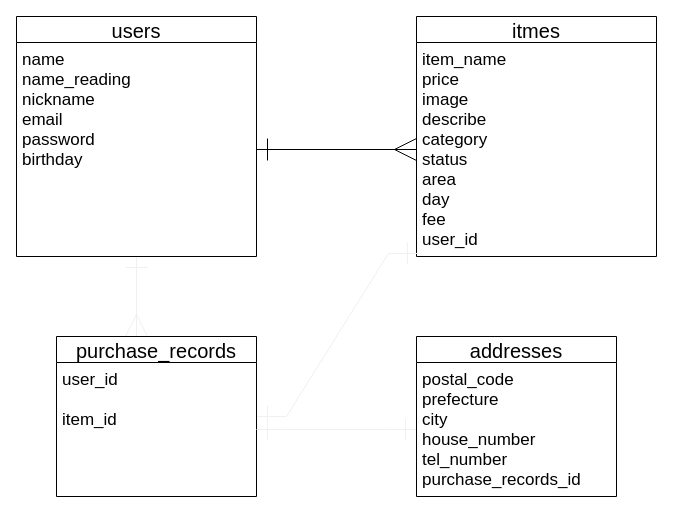
Earlier version of the draw.io diagram database.dio (airi32490/furima-32490). Source tidied: cells renumbered, new cells numbered last; positions are measured from the earlier drawing's top-left corner, leaving out a move shared by most shapes. Both pictures are drawn from the tidied source at 100%, with x=0, y=0 at pixel (16, 16).
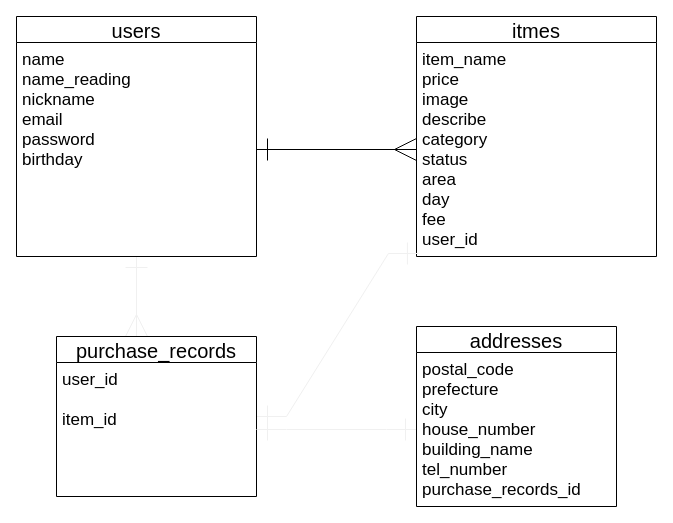
The same page after the edit.

Commit message (it also covers changes not shown here):
itemsテーブルのカラム名を修正

Diff of the diagram source:
```diff
@@
 <mxGraphModel>
   <root>
     <mxCell id="0" />
     <mxCell id="1" parent="0" />
     <mxCell id="2" style="edgeStyle=orthogonalEdgeStyle;rounded=0;jettySize=auto;html=1;entryX=0.4;entryY=0;entryDx=0;entryDy=0;entryPerimeter=0;startArrow=ERone;startFill=0;startSize=20;sourcePerimeterSpacing=0;endArrow=ERmany;endFill=0;endSize=20;targetPerimeterSpacing=0;strokeColor=#f0f0f0;fontSize=20;" parent="1" edge="1" source="4" target="9">
       <mxGeometry relative="1" as="geometry" />
     </mxCell>
     <mxCell id="3" style="edgeStyle=orthogonalEdgeStyle;rounded=0;jettySize=auto;html=1;entryX=0;entryY=0.5;entryDx=0;entryDy=0;endArrow=ERmany;endFill=0;fontSize=20;targetPerimeterSpacing=0;endSize=20;startSize=20;sourcePerimeterSpacing=0;startArrow=ERone;startFill=0;" parent="1" edge="1" source="5" target="7">
       <mxGeometry relative="1" as="geometry" />
     </mxCell>
     <mxCell id="4" value="users" style="swimlane;fontStyle=0;horizontal=1;startSize=26;align=center;fontSize=20;" parent="1" vertex="1">
       <mxGeometry width="240" height="240" as="geometry" />
     </mxCell>
     <mxCell id="5" value="name&#10;name_reading&#10;nickname&#10;email&#10;password&#10;birthday&#10;&#10;" style="text;strokeColor=none;fillColor=none;spacingLeft=4;spacingRight=4;overflow=hidden;points=[[0,0.5],[1,0.5]];portConstraint=eastwest;fontSize=17;" parent="4" vertex="1">
       <mxGeometry y="26" width="240" height="214" as="geometry" />
     </mxCell>
     <mxCell id="6" value="itmes" style="swimlane;fontStyle=0;horizontal=1;startSize=26;align=center;fontSize=20;" parent="1" vertex="1">
       <mxGeometry x="400" width="240" height="240" as="geometry" />
     </mxCell>
     <mxCell id="7" value="item_name&#10;price&#10;image&#10;describe&#10;category&#10;status&#10;area&#10;day&#10;fee&#10;user_id" style="text;strokeColor=none;fillColor=none;spacingLeft=4;spacingRight=4;overflow=hidden;points=[[0,0.5],[1,0.5]];portConstraint=eastwest;fontSize=17;" parent="6" vertex="1">
       <mxGeometry y="26" width="240" height="214" as="geometry" />
     </mxCell>
     <mxCell id="8" style="edgeStyle=entityRelationEdgeStyle;rounded=0;jettySize=auto;html=1;entryX=0.008;entryY=0.986;entryDx=0;entryDy=0;entryPerimeter=0;startArrow=ERone;startFill=0;startSize=20;sourcePerimeterSpacing=0;endArrow=ERone;endFill=0;endSize=20;targetPerimeterSpacing=0;strokeColor=#f0f0f0;fontSize=20;" parent="1" edge="1" source="9" target="7">
       <mxGeometry relative="1" as="geometry" />
     </mxCell>
     <mxCell id="9" value="purchase_records" style="swimlane;fontStyle=0;horizontal=1;startSize=26;align=center;fontSize=20;" parent="1" vertex="1">
       <mxGeometry x="40" y="320" width="200" height="160" as="geometry" />
     </mxCell>
     <mxCell id="10" value="user_id&#10;&#10;item_id" style="text;strokeColor=none;fillColor=none;spacingLeft=4;spacingRight=4;overflow=hidden;points=[[0,0.5],[1,0.5]];portConstraint=eastwest;fontSize=17;" parent="9" vertex="1">
       <mxGeometry y="26" width="200" height="134" as="geometry" />
     </mxCell>
     <mxCell id="11" style="edgeStyle=entityRelationEdgeStyle;rounded=0;jettySize=auto;html=1;exitX=1;exitY=0.5;exitDx=0;exitDy=0;startArrow=ERone;startFill=0;startSize=20;sourcePerimeterSpacing=0;endArrow=ERone;endFill=0;endSize=20;targetPerimeterSpacing=0;strokeColor=#f0f0f0;fontSize=20;" parent="1" edge="1" source="10" target="13">
       <mxGeometry relative="1" as="geometry" />
     </mxCell>
     <mxCell id="12" value="addresses" style="swimlane;fontStyle=0;horizontal=1;startSize=26;align=center;fontSize=20;" parent="1" vertex="1">
-      <mxGeometry x="400" y="320" width="200" height="160" as="geometry" />
+      <mxGeometry x="400" y="310" width="200" height="180" as="geometry" />
     </mxCell>
-    <mxCell id="13" value="postal_code&#10;prefecture&#10;city&#10;house_number&#10;tel_number&#10;purchase_records_id" style="text;strokeColor=none;fillColor=none;spacingLeft=4;spacingRight=4;overflow=hidden;points=[[0,0.5],[1,0.5]];portConstraint=eastwest;fontSize=17;" parent="12" vertex="1">
-      <mxGeometry y="26" width="200" height="134" as="geometry" />
+    <mxCell id="13" value="postal_code&#10;prefecture&#10;city&#10;house_number&#10;building_name&#10;tel_number&#10;purchase_records_id" style="text;strokeColor=none;fillColor=none;spacingLeft=4;spacingRight=4;overflow=hidden;points=[[0,0.5],[1,0.5]];portConstraint=eastwest;fontSize=17;" parent="12" vertex="1">
+      <mxGeometry y="26" width="200" height="154" as="geometry" />
     </mxCell>
   </root>
 </mxGraphModel>
```
